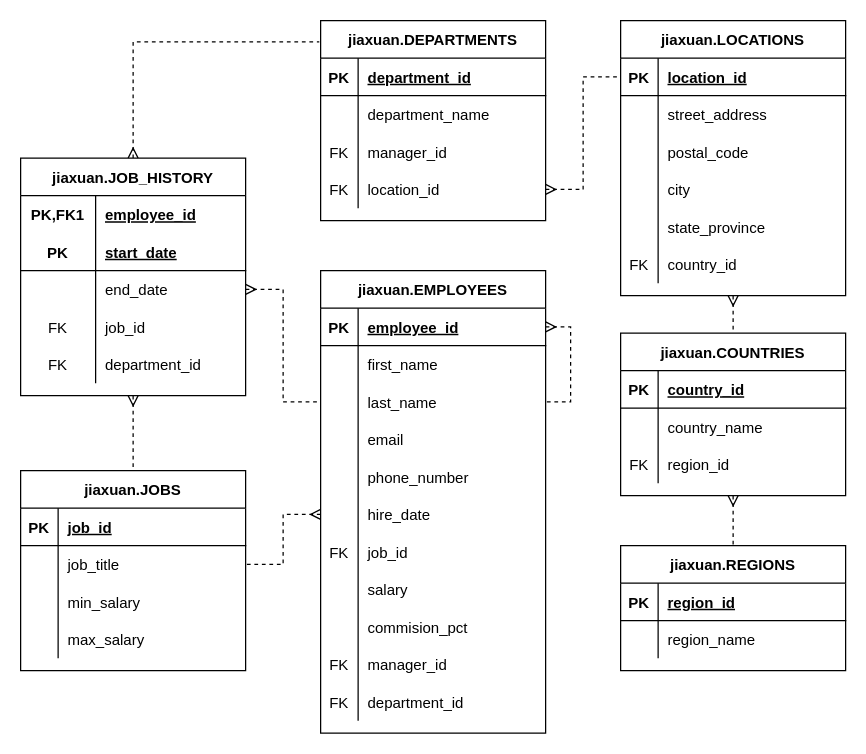
This is Untitled Diagram.drawio from Jxl-ss/drawio-lab, a draw.io file, before an edit. Source tidied: cells renumbered, new cells numbered last; positions are measured from the earlier drawing's top-left corner, leaving out a move shared by most shapes. Both pictures are drawn from the tidied source at 125%, with x=0, y=0 at pixel (20, 20).
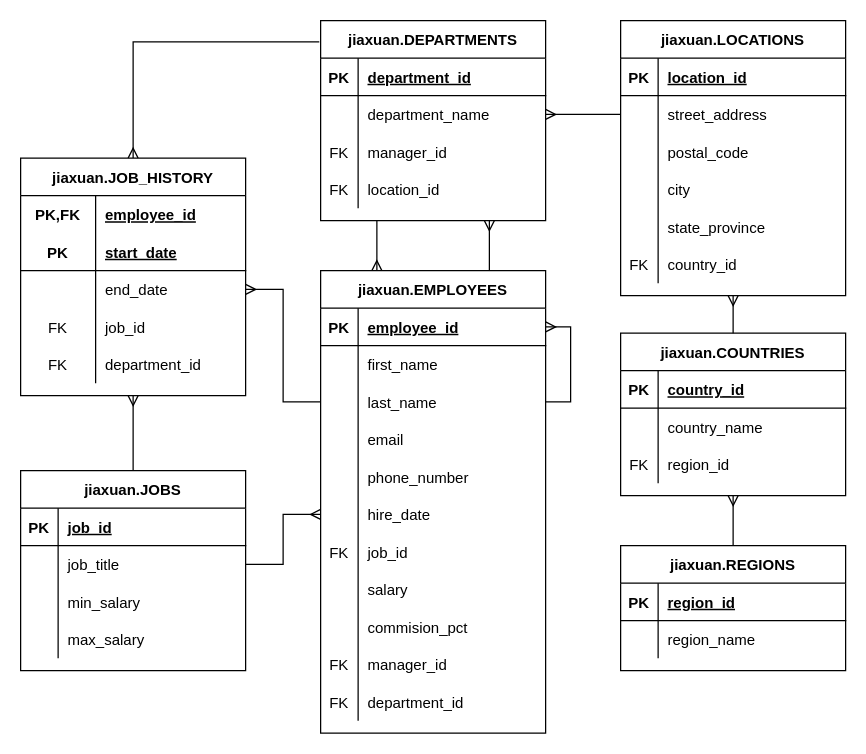
Above is the later version.

The change refers to these unchanged cells:
```xml
<mxCell id="2" value="jiaxuan.REGIONS" style="shape=table;startSize=30;childLayout=tableLayout;rowLines=0;fontStyle=1;align=center;" parent="1" vertex="1">
  <mxGeometry x="480" y="420" width="180" height="100" as="geometry" />
</mxCell>
<mxCell id="10" value="jiaxuan.COUNTRIES" style="shape=table;startSize=30;childLayout=tableLayout;rowLines=0;fontStyle=1;align=center;" parent="1" vertex="1">
  <mxGeometry x="480" y="250" width="180" height="130" as="geometry" />
</mxCell>
<mxCell id="21" value="jiaxuan.LOCATIONS" style="shape=table;startSize=30;childLayout=tableLayout;rowLines=0;fontStyle=1;align=center;" parent="1" vertex="1">
  <mxGeometry x="480" width="180" height="220" as="geometry" />
</mxCell>
<mxCell id="22" style="shape=partialRectangle;fillColor=none;top=0;left=0;bottom=1;right=0;points=[[0,0.5],[1,0.5]];portConstraint=eastwest;" parent="21" vertex="1">
  <mxGeometry y="30" width="180" height="30" as="geometry" />
</mxCell>
<mxCell id="25" style="shape=partialRectangle;fillColor=none;top=0;left=0;bottom=0;right=0;points=[[0,0.5],[1,0.5]];portConstraint=eastwest;" parent="21" vertex="1">
  <mxGeometry y="60" width="180" height="30" as="geometry" />
</mxCell>
<mxCell id="40" value="jiaxuan.DEPARTMENTS" style="shape=table;startSize=30;childLayout=tableLayout;rowLines=0;fontStyle=1;align=center;" parent="1" vertex="1">
  <mxGeometry x="240" width="180" height="160" as="geometry" />
</mxCell>
<mxCell id="44" style="shape=partialRectangle;fillColor=none;top=0;left=0;bottom=0;right=0;points=[[0,0.5],[1,0.5]];portConstraint=eastwest;" parent="40" vertex="1">
  <mxGeometry y="60" width="180" height="30" as="geometry" />
</mxCell>
<mxCell id="50" style="shape=partialRectangle;fillColor=none;top=0;left=0;bottom=0;right=0;points=[[0,0.5],[1,0.5]];portConstraint=eastwest;" parent="40" vertex="1">
  <mxGeometry y="120" width="180" height="30" as="geometry" />
</mxCell>
<mxCell id="53" value="jiaxuan.EMPLOYEES" style="shape=table;startSize=30;childLayout=tableLayout;rowLines=0;fontStyle=1;align=center;" parent="1" vertex="1">
  <mxGeometry x="240" y="200" width="180" height="370" as="geometry" />
</mxCell>
<mxCell id="55" style="shape=partialRectangle;fillColor=none;top=0;left=0;bottom=1;right=0;points=[[0,0.5],[1,0.5]];portConstraint=eastwest;" parent="53" vertex="1">
  <mxGeometry y="30" width="180" height="30" as="geometry" />
</mxCell>
<mxCell id="61" style="shape=partialRectangle;fillColor=none;top=0;left=0;bottom=0;right=0;points=[[0,0.5],[1,0.5]];portConstraint=eastwest;" parent="53" vertex="1">
  <mxGeometry y="90" width="180" height="30" as="geometry" />
</mxCell>
<mxCell id="70" style="shape=partialRectangle;fillColor=none;top=0;left=0;bottom=0;right=0;points=[[0,0.5],[1,0.5]];portConstraint=eastwest;" parent="53" vertex="1">
  <mxGeometry y="180" width="180" height="30" as="geometry" />
</mxCell>
<mxCell id="88" value="jiaxuan.JOBS" style="shape=table;startSize=30;childLayout=tableLayout;rowLines=0;fontStyle=1;align=center;" parent="1" vertex="1">
  <mxGeometry y="360" width="180" height="160" as="geometry" />
</mxCell>
<mxCell id="92" style="shape=partialRectangle;fillColor=none;top=0;left=0;bottom=0;right=0;points=[[0,0.5],[1,0.5]];portConstraint=eastwest;" parent="88" vertex="1">
  <mxGeometry y="60" width="180" height="30" as="geometry" />
</mxCell>
<mxCell id="103" value="jiaxuan.JOB_HISTORY" style="shape=table;startSize=30;childLayout=tableLayout;rowLines=0;fontStyle=1;align=center;" parent="1" vertex="1">
  <mxGeometry y="110" width="180" height="190" as="geometry" />
</mxCell>
<mxCell id="104" style="shape=partialRectangle;fillColor=none;top=0;left=0;bottom=0;right=0;" parent="103" vertex="1">
  <mxGeometry y="30" width="180" height="30" as="geometry" />
</mxCell>
<mxCell id="110" style="shape=partialRectangle;fillColor=none;top=0;left=0;bottom=0;right=0;points=[[0,0.5],[1,0.5]];portConstraint=eastwest;" parent="103" vertex="1">
  <mxGeometry y="90" width="180" height="30" as="geometry" />
</mxCell>
```

Change to the diagram source:
```diff
@@
-    <mxCell id="9" style="edgeStyle=orthogonalEdgeStyle;rounded=0;jettySize=auto;html=1;exitX=0.5;exitY=1;exitDx=0;exitDy=0;entryX=0.5;entryY=0;entryDx=0;entryDy=0;dashed=1;startArrow=ERmany;startFill=0;endArrow=none;endFill=0;" parent="1" edge="1" source="10" target="2">
+    <mxCell id="9" style="edgeStyle=orthogonalEdgeStyle;rounded=0;jettySize=auto;html=1;exitX=0.5;exitY=1;exitDx=0;exitDy=0;entryX=0.5;entryY=0;entryDx=0;entryDy=0;startArrow=ERmany;startFill=0;endArrow=none;endFill=0;" parent="1" edge="1" source="10" target="2">
       <mxGeometry relative="1" as="geometry" />
     </mxCell>
@@
-    <mxCell id="20" style="edgeStyle=orthogonalEdgeStyle;rounded=0;jettySize=auto;html=1;exitX=0.5;exitY=1;exitDx=0;exitDy=0;entryX=0.5;entryY=0;entryDx=0;entryDy=0;dashed=1;startArrow=ERmany;startFill=0;endArrow=none;endFill=0;" parent="1" edge="1" source="21" target="10">
+    <mxCell id="20" style="edgeStyle=orthogonalEdgeStyle;rounded=0;jettySize=auto;html=1;exitX=0.5;exitY=1;exitDx=0;exitDy=0;entryX=0.5;entryY=0;entryDx=0;entryDy=0;startArrow=ERmany;startFill=0;endArrow=none;endFill=0;" parent="1" edge="1" source="21" target="10">
       <mxGeometry relative="1" as="geometry" />
     </mxCell>
@@
+    <mxCell id="122" style="edgeStyle=orthogonalEdgeStyle;rounded=0;jettySize=auto;html=1;exitX=0.75;exitY=1;exitDx=0;exitDy=0;entryX=0.75;entryY=0;entryDx=0;entryDy=0;startArrow=ERmany;startFill=0;endArrow=none;endFill=0;" parent="1" edge="1" source="40" target="53">
+      <mxGeometry relative="1" as="geometry" />
+    </mxCell>
@@
+    <mxCell id="123" style="edgeStyle=orthogonalEdgeStyle;rounded=0;jettySize=auto;html=1;exitX=0.25;exitY=0;exitDx=0;exitDy=0;entryX=0.25;entryY=1;entryDx=0;entryDy=0;startArrow=ERmany;startFill=0;endArrow=none;endFill=0;" parent="1" edge="1" source="53" target="40">
+      <mxGeometry relative="1" as="geometry" />
+    </mxCell>
@@
-    <mxCell id="54" style="edgeStyle=orthogonalEdgeStyle;rounded=0;jettySize=auto;html=1;exitX=1;exitY=0.5;exitDx=0;exitDy=0;entryX=1;entryY=0.5;entryDx=0;entryDy=0;dashed=1;startArrow=ERmany;startFill=0;endArrow=none;endFill=0;" parent="53" edge="1" source="55" target="61">
+    <mxCell id="54" style="edgeStyle=orthogonalEdgeStyle;rounded=0;jettySize=auto;html=1;exitX=1;exitY=0.5;exitDx=0;exitDy=0;entryX=1;entryY=0.5;entryDx=0;entryDy=0;startArrow=ERmany;startFill=0;endArrow=none;endFill=0;" parent="53" edge="1" source="55" target="61">
       <mxGeometry relative="1" as="geometry" />
     </mxCell>
@@
-    <mxCell id="101" style="edgeStyle=orthogonalEdgeStyle;rounded=0;jettySize=auto;html=1;exitX=0.5;exitY=0;exitDx=0;exitDy=0;entryX=-0.006;entryY=0.106;entryDx=0;entryDy=0;dashed=1;startArrow=ERmany;startFill=0;endArrow=none;endFill=0;entryPerimeter=0;" parent="1" edge="1" source="103" target="40">
+    <mxCell id="101" style="edgeStyle=orthogonalEdgeStyle;rounded=0;jettySize=auto;html=1;exitX=0.5;exitY=0;exitDx=0;exitDy=0;entryX=-0.006;entryY=0.106;entryDx=0;entryDy=0;startArrow=ERmany;startFill=0;endArrow=none;endFill=0;entryPerimeter=0;" parent="1" edge="1" source="103" target="40">
       <mxGeometry relative="1" as="geometry" />
     </mxCell>
-    <mxCell id="102" style="edgeStyle=orthogonalEdgeStyle;rounded=0;jettySize=auto;html=1;exitX=0.5;exitY=1;exitDx=0;exitDy=0;entryX=0.5;entryY=0;entryDx=0;entryDy=0;dashed=1;startArrow=ERmany;startFill=0;endArrow=none;endFill=0;" parent="1" edge="1" source="103" target="88">
+    <mxCell id="102" style="edgeStyle=orthogonalEdgeStyle;rounded=0;jettySize=auto;html=1;exitX=0.5;exitY=1;exitDx=0;exitDy=0;entryX=0.5;entryY=0;entryDx=0;entryDy=0;startArrow=ERmany;startFill=0;endArrow=none;endFill=0;" parent="1" edge="1" source="103" target="88">
       <mxGeometry relative="1" as="geometry" />
     </mxCell>
@@
-    <mxCell id="105" value="PK,FK1" style="shape=partialRectangle;fillColor=none;top=0;left=0;bottom=0;right=0;fontStyle=1;overflow=hidden;" parent="104" vertex="1">
+    <mxCell id="105" value="PK,FK" style="shape=partialRectangle;fillColor=none;top=0;left=0;bottom=0;right=0;fontStyle=1;overflow=hidden;" parent="104" vertex="1">
       <mxGeometry width="60" height="30" as="geometry" />
     </mxCell>
@@
-    <mxCell id="119" style="edgeStyle=orthogonalEdgeStyle;rounded=0;jettySize=auto;html=1;exitX=1;exitY=0.5;exitDx=0;exitDy=0;entryX=0;entryY=0.5;entryDx=0;entryDy=0;dashed=1;startArrow=ERmany;startFill=0;endArrow=none;endFill=0;" parent="1" edge="1" source="50" target="22">
+    <mxCell id="119" style="edgeStyle=orthogonalEdgeStyle;rounded=0;jettySize=auto;html=1;exitX=1;exitY=0.5;exitDx=0;exitDy=0;entryX=0;entryY=0.5;entryDx=0;entryDy=0;startArrow=ERmany;startFill=0;endArrow=none;endFill=0;" parent="1" edge="1" source="44" target="25">
       <mxGeometry relative="1" as="geometry" />
     </mxCell>
-    <mxCell id="120" style="edgeStyle=orthogonalEdgeStyle;rounded=0;jettySize=auto;html=1;exitX=0;exitY=0.5;exitDx=0;exitDy=0;entryX=1;entryY=0.5;entryDx=0;entryDy=0;dashed=1;startArrow=ERmany;startFill=0;endArrow=none;endFill=0;" parent="1" edge="1" source="70" target="92">
+    <mxCell id="120" style="edgeStyle=orthogonalEdgeStyle;rounded=0;jettySize=auto;html=1;exitX=0;exitY=0.5;exitDx=0;exitDy=0;entryX=1;entryY=0.5;entryDx=0;entryDy=0;startArrow=ERmany;startFill=0;endArrow=none;endFill=0;" parent="1" edge="1" source="70" target="92">
       <mxGeometry relative="1" as="geometry" />
     </mxCell>
-    <mxCell id="121" style="edgeStyle=orthogonalEdgeStyle;rounded=0;jettySize=auto;html=1;exitX=1;exitY=0.5;exitDx=0;exitDy=0;entryX=0;entryY=0.5;entryDx=0;entryDy=0;dashed=1;startArrow=ERmany;startFill=0;endArrow=none;endFill=0;" parent="1" edge="1" source="110" target="61">
+    <mxCell id="121" style="edgeStyle=orthogonalEdgeStyle;rounded=0;jettySize=auto;html=1;exitX=1;exitY=0.5;exitDx=0;exitDy=0;entryX=0;entryY=0.5;entryDx=0;entryDy=0;startArrow=ERmany;startFill=0;endArrow=none;endFill=0;" parent="1" edge="1" source="110" target="61">
       <mxGeometry relative="1" as="geometry" />
     </mxCell>
```
